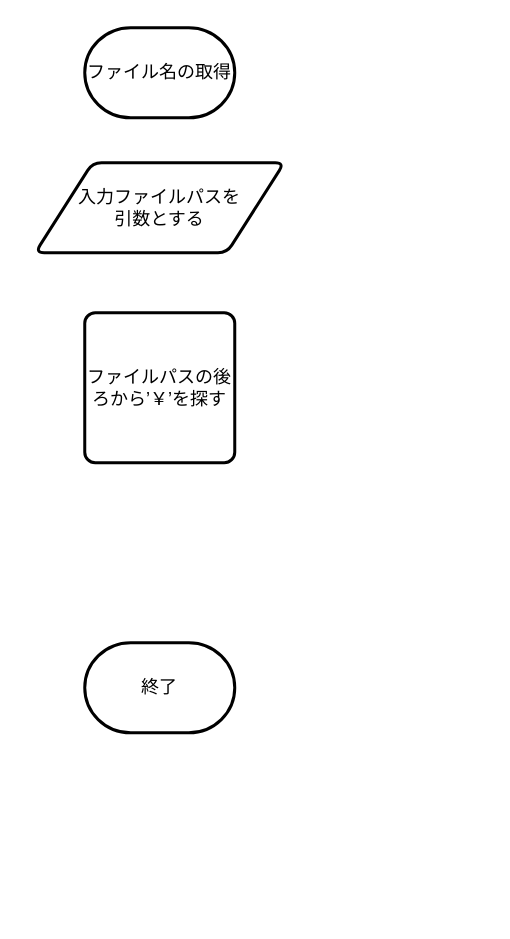
Earlier version of the draw.io diagram page "ファイル名取得" (2 of 4) of Grouping_photos/grouping_photos/フローチャート.drawio (hakohumi/comp.grouping_photos). Source tidied: cells renumbered, new cells numbered last; positions are measured from the earlier drawing's top-left corner, leaving out a move shared by most shapes. Both pictures are drawn from the tidied source at 150%, with x=0, y=0 at pixel (34, 27).
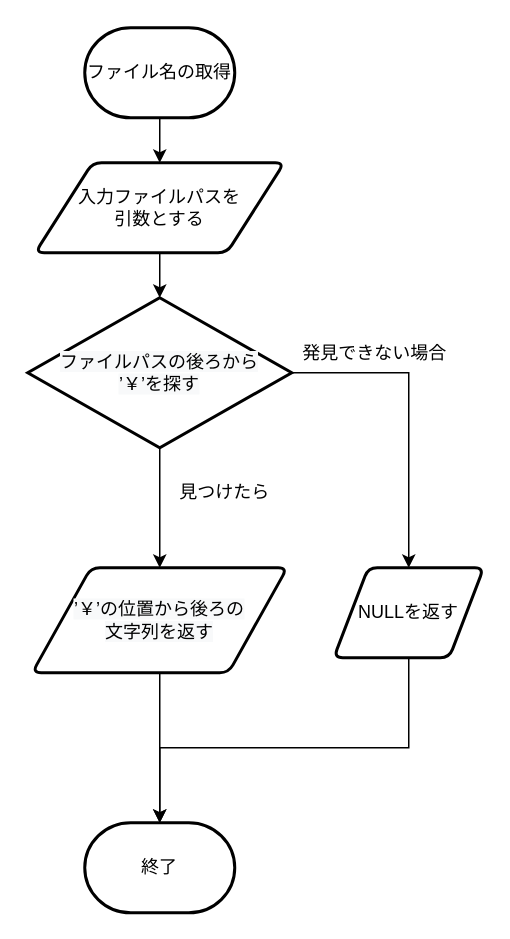
The same diagram, later.

Change to the diagram source:
```diff
@@
 <mxGraphModel>
   <root>
     <mxCell id="0" />
     <mxCell id="1" parent="0" />
+    <mxCell id="6" style="edgeStyle=orthogonalEdgeStyle;rounded=0;jettySize=auto;html=1;" parent="1" edge="1" source="2" target="4">
+      <mxGeometry relative="1" as="geometry" />
+    </mxCell>
     <mxCell id="2" value="ファイル名の取得" style="strokeWidth=2;html=1;shape=mxgraph.flowchart.terminator;whiteSpace=wrap;" parent="1" vertex="1">
       <mxGeometry x="33" width="100" height="60" as="geometry" />
     </mxCell>
     <mxCell id="3" value="終了" style="strokeWidth=2;html=1;shape=mxgraph.flowchart.terminator;whiteSpace=wrap;" parent="1" vertex="1">
-      <mxGeometry x="33" y="410" width="100" height="60" as="geometry" />
+      <mxGeometry x="33" y="530" width="100" height="60" as="geometry" />
     </mxCell>
+    <mxCell id="7" style="edgeStyle=orthogonalEdgeStyle;rounded=0;jettySize=auto;html=1;" parent="1" edge="1" source="4" target="10">
+      <mxGeometry relative="1" as="geometry" />
+    </mxCell>
     <mxCell id="4" value="入力ファイルパスを&lt;br&gt;引数とする" style="shape=parallelogram;html=1;strokeWidth=2;perimeter=parallelogramPerimeter;whiteSpace=wrap;rounded=1;arcSize=12;size=0.23;" parent="1" vertex="1">
       <mxGeometry y="90" width="166" height="60" as="geometry" />
     </mxCell>
-    <mxCell id="5" value="ファイルパスの後ろから’￥’を探す" style="rounded=1;whiteSpace=wrap;html=1;absoluteArcSize=1;arcSize=14;strokeWidth=2;" parent="1" vertex="1">
-      <mxGeometry x="33" y="190" width="100" height="100" as="geometry" />
-    </mxCell>
+    <mxCell id="8" style="edgeStyle=orthogonalEdgeStyle;rounded=0;jettySize=auto;html=1;" parent="1" edge="1" source="10" target="16">
+      <mxGeometry relative="1" as="geometry" />
+    </mxCell>
+    <mxCell id="9" style="edgeStyle=orthogonalEdgeStyle;rounded=0;jettySize=auto;html=1;" parent="1" edge="1" source="10" target="15">
+      <mxGeometry relative="1" as="geometry" />
+    </mxCell>
+    <mxCell id="10" value="&lt;span style=&quot;font-family: &amp;#34;helvetica&amp;#34; ; font-size: 12px ; font-style: normal ; font-weight: 400 ; letter-spacing: normal ; text-align: center ; text-indent: 0px ; text-transform: none ; word-spacing: 0px ; background-color: rgb(248 , 249 , 250) ; float: none ; display: inline&quot;&gt;ファイルパスの後ろから&lt;br&gt;’￥’を探す&lt;/span&gt;" style="strokeWidth=2;html=1;shape=mxgraph.flowchart.decision;whiteSpace=wrap;rounded=1;" parent="1" vertex="1">
+      <mxGeometry x="-5" y="180" width="176" height="100" as="geometry" />
+    </mxCell>
+    <mxCell id="11" value="見つけたら" style="text;html=1;align=center;verticalAlign=middle;" parent="1" vertex="1">
+      <mxGeometry x="86" y="300" width="80" height="20" as="geometry" />
+    </mxCell>
+    <mxCell id="12" style="edgeStyle=orthogonalEdgeStyle;rounded=0;jettySize=auto;html=1;" parent="1" edge="1" source="16" target="3">
+      <mxGeometry relative="1" as="geometry">
+        <Array as="points">
+          <mxPoint x="249" y="480" />
+          <mxPoint x="83" y="480" />
+        </Array>
+      </mxGeometry>
+    </mxCell>
+    <mxCell id="13" value="発見できない場合" style="text;html=1;align=center;verticalAlign=middle;" parent="1" vertex="1">
+      <mxGeometry x="171" y="207" width="110" height="20" as="geometry" />
+    </mxCell>
+    <mxCell id="14" style="edgeStyle=orthogonalEdgeStyle;rounded=0;jettySize=auto;html=1;" parent="1" edge="1" source="15" target="3">
+      <mxGeometry relative="1" as="geometry" />
+    </mxCell>
+    <mxCell id="15" value="&lt;span style=&quot;font-family: &amp;#34;helvetica&amp;#34; ; font-size: 12px ; font-style: normal ; font-weight: 400 ; letter-spacing: normal ; text-align: center ; text-indent: 0px ; text-transform: none ; word-spacing: 0px ; background-color: rgb(248 , 249 , 250) ; float: none ; display: inline&quot;&gt;’￥’の位置から後ろの&lt;br&gt;文字列を返す&lt;/span&gt;" style="shape=parallelogram;html=1;strokeWidth=2;perimeter=parallelogramPerimeter;whiteSpace=wrap;rounded=1;arcSize=12;size=0.23;" parent="1" vertex="1">
+      <mxGeometry x="-2" y="360" width="170" height="70" as="geometry" />
+    </mxCell>
+    <mxCell id="16" value="&lt;span&gt;NULLを返す&lt;/span&gt;" style="shape=parallelogram;html=1;strokeWidth=2;perimeter=parallelogramPerimeter;whiteSpace=wrap;rounded=1;arcSize=12;size=0.23;" parent="1" vertex="1">
+      <mxGeometry x="199" y="360" width="100" height="60" as="geometry" />
+    </mxCell>
   </root>
 </mxGraphModel>
```
